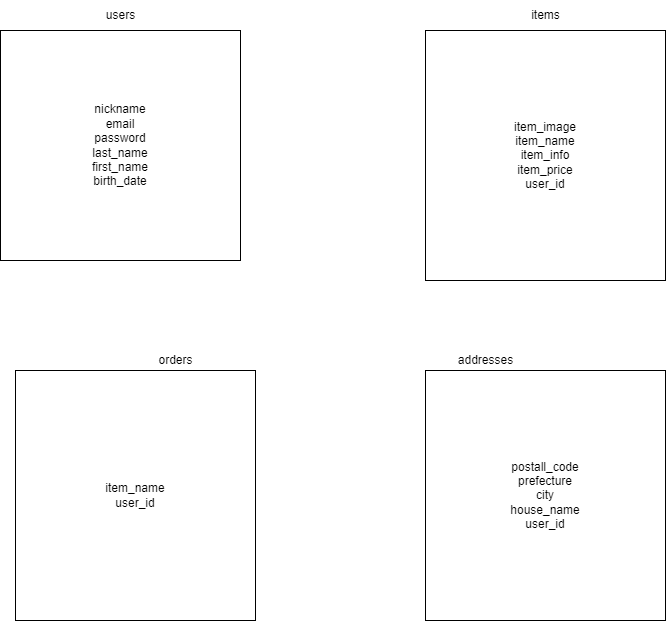
toto0725/furima-39672 keeps this draw.io diagram as test.png. Above is the earlier version. Source tidied: cells renumbered, new cells last; positions are measured from the earlier drawing's top-left corner, leaving out a move shared by most shapes. Source of this version:
```xml
<mxGraphModel>
  <root>
    <mxCell id="0" />
    <mxCell id="1" parent="0" />
    <mxCell id="2" style="edgeStyle=none;html=1;startArrow=ERone;startFill=0;endArrow=ERoneToMany;endFill=0;strokeColor=#FFFFFF;" parent="1" edge="1" source="4" target="9">
      <mxGeometry relative="1" as="geometry" />
    </mxCell>
    <mxCell id="3" style="edgeStyle=none;html=1;exitX=1;exitY=0.5;exitDx=0;exitDy=0;entryX=0.003;entryY=0.448;entryDx=0;entryDy=0;entryPerimeter=0;startArrow=ERone;startFill=0;endArrow=ERoneToMany;endFill=0;fillColor=#f5f5f5;strokeColor=#FFFFFF;" parent="1" edge="1" source="4" target="6">
      <mxGeometry relative="1" as="geometry" />
    </mxCell>
    <mxCell id="4" value="nickname&lt;br&gt;email&lt;br&gt;password&lt;br&gt;last_name&lt;br&gt;first_name&lt;br&gt;birth_date" style="rounded=0;whiteSpace=wrap;html=1;" parent="1" vertex="1">
      <mxGeometry y="30" width="240" height="230" as="geometry" />
    </mxCell>
    <mxCell id="5" style="edgeStyle=none;html=1;startArrow=ERone;startFill=0;endArrow=ERone;endFill=0;strokeColor=#FFFFFF;" parent="1" edge="1" source="6" target="9">
      <mxGeometry relative="1" as="geometry" />
    </mxCell>
    <mxCell id="6" value="item_image&lt;br&gt;item_name&lt;br&gt;item_info&lt;br&gt;item_price&lt;br&gt;user_id" style="rounded=0;whiteSpace=wrap;html=1;" parent="1" vertex="1">
      <mxGeometry x="425" y="30" width="240" height="250" as="geometry" />
    </mxCell>
    <mxCell id="7" style="edgeStyle=none;html=1;startArrow=ERone;startFill=0;endArrow=ERone;endFill=0;strokeColor=#FFFFFF;" parent="1" edge="1" source="8" target="9">
      <mxGeometry relative="1" as="geometry" />
    </mxCell>
    <mxCell id="8" value="postall_code&lt;br&gt;prefecture&lt;br&gt;city&lt;br&gt;house_name&lt;br&gt;user_id&lt;br&gt;" style="rounded=0;whiteSpace=wrap;html=1;" parent="1" vertex="1">
      <mxGeometry x="425" y="370" width="240" height="250" as="geometry" />
    </mxCell>
    <mxCell id="9" value="item_name&lt;br&gt;user_id&lt;br&gt;" style="rounded=0;whiteSpace=wrap;html=1;" parent="1" vertex="1">
      <mxGeometry x="15" y="370" width="240" height="250" as="geometry" />
    </mxCell>
    <mxCell id="10" value="users" style="text;html=1;align=center;verticalAlign=middle;strokeColor=none;fillColor=none;" parent="1" vertex="1">
      <mxGeometry x="95" width="50" height="30" as="geometry" />
    </mxCell>
    <mxCell id="11" value="items" style="text;html=1;align=center;verticalAlign=middle;strokeColor=none;fillColor=none;" parent="1" vertex="1">
      <mxGeometry x="520" width="50" height="30" as="geometry" />
    </mxCell>
    <mxCell id="12" value="orders" style="text;html=1;align=center;verticalAlign=middle;strokeColor=none;fillColor=none;" parent="1" vertex="1">
      <mxGeometry x="145" y="345" width="60" height="30" as="geometry" />
    </mxCell>
    <mxCell id="13" value="addresses" style="text;html=1;align=center;verticalAlign=middle;strokeColor=none;fillColor=none;" parent="1" vertex="1">
      <mxGeometry x="445" y="345" width="80" height="30" as="geometry" />
    </mxCell>
  </root>
</mxGraphModel>
```
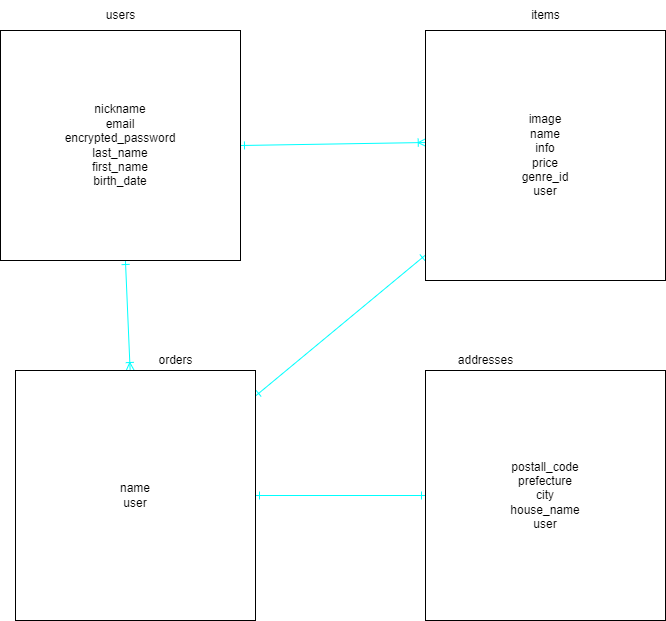
After the change.

Change to the diagram source:
```diff
@@ -2,28 +2,28 @@
   <root>
     <mxCell id="0" />
     <mxCell id="1" parent="0" />
-    <mxCell id="2" style="edgeStyle=none;html=1;startArrow=ERone;startFill=0;endArrow=ERoneToMany;endFill=0;strokeColor=#FFFFFF;" parent="1" edge="1" source="4" target="9">
+    <mxCell id="2" style="edgeStyle=none;html=1;startArrow=ERone;startFill=0;endArrow=ERoneToMany;endFill=0;strokeColor=#00FFFF;" parent="1" edge="1" source="4" target="9">
       <mxGeometry relative="1" as="geometry" />
     </mxCell>
-    <mxCell id="3" style="edgeStyle=none;html=1;exitX=1;exitY=0.5;exitDx=0;exitDy=0;entryX=0.003;entryY=0.448;entryDx=0;entryDy=0;entryPerimeter=0;startArrow=ERone;startFill=0;endArrow=ERoneToMany;endFill=0;fillColor=#f5f5f5;strokeColor=#FFFFFF;" parent="1" edge="1" source="4" target="6">
+    <mxCell id="3" style="edgeStyle=none;html=1;exitX=1;exitY=0.5;exitDx=0;exitDy=0;entryX=0.003;entryY=0.448;entryDx=0;entryDy=0;entryPerimeter=0;startArrow=ERone;startFill=0;endArrow=ERoneToMany;endFill=0;fillColor=#f5f5f5;strokeColor=#00FFFF;" parent="1" edge="1" source="4" target="6">
       <mxGeometry relative="1" as="geometry" />
     </mxCell>
-    <mxCell id="4" value="nickname&lt;br&gt;email&lt;br&gt;password&lt;br&gt;last_name&lt;br&gt;first_name&lt;br&gt;birth_date" style="rounded=0;whiteSpace=wrap;html=1;" parent="1" vertex="1">
+    <mxCell id="4" value="nickname&lt;br&gt;email&lt;br&gt;encrypted_password&lt;br&gt;last_name&lt;br&gt;first_name&lt;br&gt;birth_date" style="rounded=0;whiteSpace=wrap;html=1;" parent="1" vertex="1">
       <mxGeometry y="30" width="240" height="230" as="geometry" />
     </mxCell>
-    <mxCell id="5" style="edgeStyle=none;html=1;startArrow=ERone;startFill=0;endArrow=ERone;endFill=0;strokeColor=#FFFFFF;" parent="1" edge="1" source="6" target="9">
+    <mxCell id="5" style="edgeStyle=none;html=1;startArrow=ERone;startFill=0;endArrow=ERone;endFill=0;strokeColor=#00FFFF;" parent="1" edge="1" source="6" target="9">
       <mxGeometry relative="1" as="geometry" />
     </mxCell>
-    <mxCell id="6" value="item_image&lt;br&gt;item_name&lt;br&gt;item_info&lt;br&gt;item_price&lt;br&gt;user_id" style="rounded=0;whiteSpace=wrap;html=1;" parent="1" vertex="1">
+    <mxCell id="6" value="image&lt;br&gt;name&lt;br&gt;info&lt;br&gt;price&lt;br&gt;genre_id&lt;br&gt;user" style="rounded=0;whiteSpace=wrap;html=1;" parent="1" vertex="1">
       <mxGeometry x="425" y="30" width="240" height="250" as="geometry" />
     </mxCell>
-    <mxCell id="7" style="edgeStyle=none;html=1;startArrow=ERone;startFill=0;endArrow=ERone;endFill=0;strokeColor=#FFFFFF;" parent="1" edge="1" source="8" target="9">
+    <mxCell id="7" style="edgeStyle=none;html=1;startArrow=ERone;startFill=0;endArrow=ERone;endFill=0;strokeColor=#00FFFF;" parent="1" edge="1" source="8" target="9">
       <mxGeometry relative="1" as="geometry" />
     </mxCell>
-    <mxCell id="8" value="postall_code&lt;br&gt;prefecture&lt;br&gt;city&lt;br&gt;house_name&lt;br&gt;user_id&lt;br&gt;" style="rounded=0;whiteSpace=wrap;html=1;" parent="1" vertex="1">
+    <mxCell id="8" value="postall_code&lt;br&gt;prefecture&lt;br&gt;city&lt;br&gt;house_name&lt;br&gt;user" style="rounded=0;whiteSpace=wrap;html=1;" parent="1" vertex="1">
       <mxGeometry x="425" y="370" width="240" height="250" as="geometry" />
     </mxCell>
-    <mxCell id="9" value="item_name&lt;br&gt;user_id&lt;br&gt;" style="rounded=0;whiteSpace=wrap;html=1;" parent="1" vertex="1">
+    <mxCell id="9" value="name&lt;br&gt;user" style="rounded=0;whiteSpace=wrap;html=1;" parent="1" vertex="1">
       <mxGeometry x="15" y="370" width="240" height="250" as="geometry" />
     </mxCell>
     <mxCell id="10" value="users" style="text;html=1;align=center;verticalAlign=middle;strokeColor=none;fillColor=none;" parent="1" vertex="1">
```
